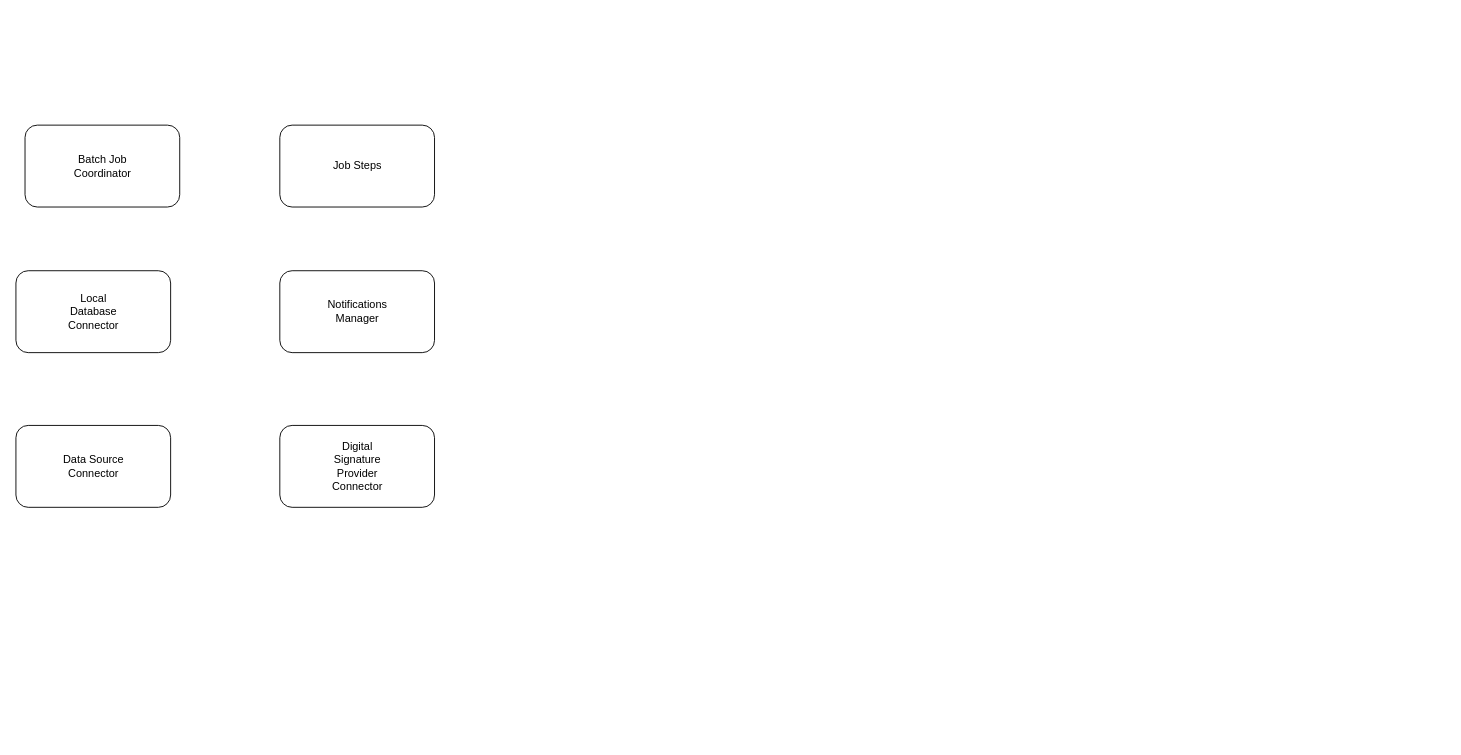
Earlier version of the draw.io diagram 迭代一架构.drawio (YuhangChan/Diagrams). Source tidied: cells renumbered, new cells numbered last; positions are measured from the earlier drawing's top-left corner, leaving out a move shared by most shapes. Both pictures are drawn from the tidied source at 91%, with x=0, y=0 at pixel (15, 125).
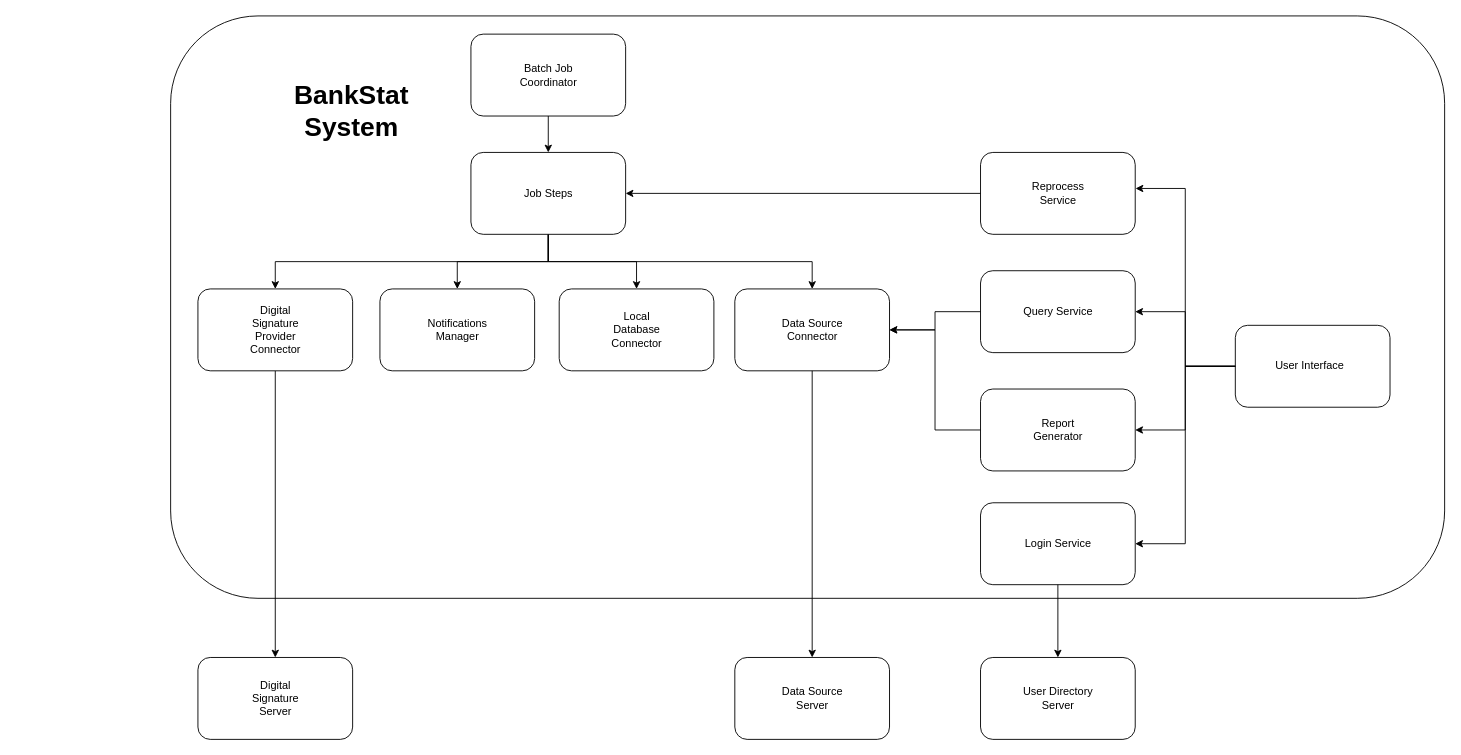
The same page after the edit.

Commit message:
更新迭代一架构.drawio

The change refers to these unchanged cells:
```xml
<mxCell id="6" style="rounded=1;whiteSpace=wrap;html=1;" parent="5" vertex="1">
  <mxGeometry width="170" height="90" as="geometry" />
</mxCell>
```

What changed in the source:
```diff
@@
-    <mxCell id="2" style="group;rotation=90;" parent="1" vertex="1">
-      <mxGeometry x="10" width="170" height="90" as="geometry" />
-    </mxCell>
+    <mxCell id="20" style="group;" parent="1" vertex="1">
+      <mxGeometry x="200" y="-100" width="1370" height="770" as="geometry" />
+    </mxCell>
+    <mxCell id="21" style="rounded=1;whiteSpace=wrap;html=1;" parent="20" vertex="1">
+      <mxGeometry x="-30" y="-20" width="1400" height="640" as="geometry" />
+    </mxCell>
+    <mxCell id="22" style="group;" parent="20" vertex="1">
+      <mxGeometry x="860" y="685" width="170" height="90" as="geometry" />
+    </mxCell>
+    <mxCell id="23" style="rounded=1;whiteSpace=wrap;html=1;" parent="22" vertex="1">
+      <mxGeometry width="170" height="90" as="geometry" />
+    </mxCell>
+    <mxCell id="24" value="User Directory Server" style="text;html=1;align=center;verticalAlign=middle;whiteSpace=wrap;rounded=0;" parent="22" vertex="1">
+      <mxGeometry x="42.5" y="22.5" width="85" height="45" as="geometry" />
+    </mxCell>
+    <mxCell id="25" style="group;" parent="20" vertex="1">
+      <mxGeometry y="685" width="170" height="90" as="geometry" />
+    </mxCell>
+    <mxCell id="26" style="rounded=1;whiteSpace=wrap;html=1;" parent="25" vertex="1">
+      <mxGeometry width="170" height="90" as="geometry" />
+    </mxCell>
+    <mxCell id="27" value="Digital Signature&lt;div&gt;Server&lt;/div&gt;" style="text;html=1;align=center;verticalAlign=middle;whiteSpace=wrap;rounded=0;" parent="25" vertex="1">
+      <mxGeometry x="42.5" y="22.5" width="85" height="45" as="geometry" />
+    </mxCell>
+    <mxCell id="28" style="edgeStyle=orthogonalEdgeStyle;rounded=0;jettySize=auto;html=1;exitX=0.5;exitY=1;exitDx=0;exitDy=0;" parent="20" edge="1" source="18" target="26">
+      <mxGeometry relative="1" as="geometry" />
+    </mxCell>
+    <mxCell id="29" style="group;" parent="20" vertex="1">
+      <mxGeometry x="590" y="685" width="170" height="90" as="geometry" />
+    </mxCell>
+    <mxCell id="30" style="rounded=1;whiteSpace=wrap;html=1;" parent="29" vertex="1">
+      <mxGeometry width="170" height="90" as="geometry" />
+    </mxCell>
+    <mxCell id="31" value="Data Source Server" style="text;html=1;align=center;verticalAlign=middle;whiteSpace=wrap;rounded=0;" parent="29" vertex="1">
+      <mxGeometry x="42.5" y="22.5" width="85" height="45" as="geometry" />
+    </mxCell>
+    <mxCell id="32" style="group;" parent="20" vertex="1">
+      <mxGeometry x="1140" y="320" width="170" height="90" as="geometry" />
+    </mxCell>
+    <mxCell id="33" style="rounded=1;whiteSpace=wrap;html=1;" parent="32" vertex="1">
+      <mxGeometry width="170" height="90" as="geometry" />
+    </mxCell>
+    <mxCell id="34" value="User Interface" style="text;html=1;align=center;verticalAlign=middle;whiteSpace=wrap;rounded=0;" parent="32" vertex="1">
+      <mxGeometry x="42.5" y="22.5" width="77.5" height="45" as="geometry" />
+    </mxCell>
+    <mxCell id="35" style="group;" parent="20" vertex="1">
+      <mxGeometry x="860" y="130" width="170" height="90" as="geometry" />
+    </mxCell>
+    <mxCell id="36" style="rounded=1;whiteSpace=wrap;html=1;" parent="35" vertex="1">
+      <mxGeometry width="170" height="90" as="geometry" />
+    </mxCell>
+    <mxCell id="37" value="Reprocess Service" style="text;html=1;align=center;verticalAlign=middle;whiteSpace=wrap;rounded=0;" parent="35" vertex="1">
+      <mxGeometry x="42.5" y="22.5" width="85" height="45" as="geometry" />
+    </mxCell>
+    <mxCell id="38" style="group;" parent="20" vertex="1">
+      <mxGeometry x="860" y="260" width="170" height="90" as="geometry" />
+    </mxCell>
+    <mxCell id="39" style="rounded=1;whiteSpace=wrap;html=1;" parent="38" vertex="1">
+      <mxGeometry width="170" height="90" as="geometry" />
+    </mxCell>
+    <mxCell id="40" value="Query Service" style="text;html=1;align=center;verticalAlign=middle;whiteSpace=wrap;rounded=0;" parent="38" vertex="1">
+      <mxGeometry x="42.5" y="22.5" width="85" height="45" as="geometry" />
+    </mxCell>
+    <mxCell id="41" style="group;" parent="20" vertex="1">
+      <mxGeometry x="860" y="515" width="170" height="90" as="geometry" />
+    </mxCell>
+    <mxCell id="42" style="rounded=1;whiteSpace=wrap;html=1;" parent="41" vertex="1">
+      <mxGeometry width="170" height="90" as="geometry" />
+    </mxCell>
+    <mxCell id="43" value="Login Service" style="text;html=1;align=center;verticalAlign=middle;whiteSpace=wrap;rounded=0;" parent="41" vertex="1">
+      <mxGeometry x="42.5" y="22.5" width="85" height="45" as="geometry" />
+    </mxCell>
+    <mxCell id="44" style="group;" parent="20" vertex="1">
+      <mxGeometry x="860" y="390" width="170" height="90" as="geometry" />
+    </mxCell>
+    <mxCell id="45" style="rounded=1;whiteSpace=wrap;html=1;" parent="44" vertex="1">
+      <mxGeometry width="170" height="90" as="geometry" />
+    </mxCell>
+    <mxCell id="46" value="Report Generator" style="text;html=1;align=center;verticalAlign=middle;whiteSpace=wrap;rounded=0;" parent="44" vertex="1">
+      <mxGeometry x="42.5" y="22.5" width="85" height="45" as="geometry" />
+    </mxCell>
+    <mxCell id="11" style="group;" parent="20" vertex="1">
+      <mxGeometry x="200" y="280" width="170" height="90" as="geometry" />
+    </mxCell>
+    <mxCell id="12" style="rounded=1;whiteSpace=wrap;html=1;" parent="11" vertex="1">
+      <mxGeometry width="170" height="90" as="geometry" />
+    </mxCell>
+    <mxCell id="13" value="Notifications Manager" style="text;html=1;align=center;verticalAlign=middle;whiteSpace=wrap;rounded=0;" parent="11" vertex="1">
+      <mxGeometry x="42.5" y="22.5" width="85" height="45" as="geometry" />
+    </mxCell>
+    <mxCell id="17" style="group;" parent="20" vertex="1">
+      <mxGeometry y="280" width="170" height="90" as="geometry" />
+    </mxCell>
+    <mxCell id="18" style="rounded=1;whiteSpace=wrap;html=1;" parent="17" vertex="1">
+      <mxGeometry width="170" height="90" as="geometry" />
+    </mxCell>
+    <mxCell id="19" value="Digital Signature Provider Connector" style="text;html=1;align=center;verticalAlign=middle;whiteSpace=wrap;rounded=0;" parent="17" vertex="1">
+      <mxGeometry x="42.5" y="22.5" width="85" height="45" as="geometry" />
+    </mxCell>
+    <mxCell id="47" style="edgeStyle=orthogonalEdgeStyle;rounded=0;jettySize=auto;html=1;exitX=0.5;exitY=1;exitDx=0;exitDy=0;entryX=0.5;entryY=0;entryDx=0;entryDy=0;" parent="20" edge="1" source="9" target="6">
+      <mxGeometry relative="1" as="geometry" />
+    </mxCell>
+    <mxCell id="48" style="edgeStyle=orthogonalEdgeStyle;rounded=0;jettySize=auto;html=1;exitX=0.5;exitY=1;exitDx=0;exitDy=0;" parent="20" edge="1" source="9" target="12">
+      <mxGeometry relative="1" as="geometry" />
+    </mxCell>
+    <mxCell id="49" style="edgeStyle=orthogonalEdgeStyle;rounded=0;jettySize=auto;html=1;exitX=0.5;exitY=1;exitDx=0;exitDy=0;" parent="20" edge="1" source="9" target="18">
+      <mxGeometry relative="1" as="geometry" />
+    </mxCell>
+    <mxCell id="50" style="group;" parent="20" vertex="1">
+      <mxGeometry x="590" y="280" width="170" height="90" as="geometry" />
+    </mxCell>
+    <mxCell id="51" style="rounded=1;whiteSpace=wrap;html=1;" parent="50" vertex="1">
+      <mxGeometry width="170" height="90" as="geometry" />
+    </mxCell>
+    <mxCell id="16" value="Data Source Connector" style="text;html=1;align=center;verticalAlign=middle;whiteSpace=wrap;rounded=0;" parent="50" vertex="1">
+      <mxGeometry x="42.5" y="22.5" width="85" height="45" as="geometry" />
+    </mxCell>
+    <mxCell id="52" style="edgeStyle=orthogonalEdgeStyle;rounded=0;jettySize=auto;html=1;exitX=0.5;exitY=1;exitDx=0;exitDy=0;entryX=0.5;entryY=0;entryDx=0;entryDy=0;" parent="20" edge="1" source="9" target="51">
+      <mxGeometry relative="1" as="geometry" />
+    </mxCell>
-    <mxCell id="3" style="rounded=1;whiteSpace=wrap;html=1;" parent="2" vertex="1">
-      <mxGeometry width="170" height="90" as="geometry" />
+    <mxCell id="3" style="rounded=1;whiteSpace=wrap;html=1;" parent="20" vertex="1">
+      <mxGeometry x="300" width="170" height="90" as="geometry" />
     </mxCell>
-    <mxCell id="4" value="Batch Job Coordinator" style="text;html=1;align=center;verticalAlign=middle;whiteSpace=wrap;rounded=0;" parent="2" vertex="1">
-      <mxGeometry x="42.5" y="22.5" width="85" height="45" as="geometry" />
+    <mxCell id="4" value="Batch Job Coordinator" style="text;html=1;align=center;verticalAlign=middle;whiteSpace=wrap;rounded=0;" parent="20" vertex="1">
+      <mxGeometry x="342.5" y="22.5" width="85" height="45" as="geometry" />
     </mxCell>
+    <mxCell id="8" style="group;" parent="20" vertex="1">
+      <mxGeometry x="300" y="130" width="170" height="90" as="geometry" />
+    </mxCell>
+    <mxCell id="9" style="rounded=1;whiteSpace=wrap;html=1;" parent="8" vertex="1">
+      <mxGeometry width="170" height="90" as="geometry" />
+    </mxCell>
+    <mxCell id="10" value="Job Steps" style="text;html=1;align=center;verticalAlign=middle;whiteSpace=wrap;rounded=0;" parent="8" vertex="1">
+      <mxGeometry x="42.5" y="22.5" width="85" height="45" as="geometry" />
+    </mxCell>
+    <mxCell id="53" style="edgeStyle=orthogonalEdgeStyle;rounded=0;jettySize=auto;html=1;exitX=0.5;exitY=1;exitDx=0;exitDy=0;entryX=0.5;entryY=0;entryDx=0;entryDy=0;" parent="20" edge="1" source="3" target="9">
+      <mxGeometry relative="1" as="geometry" />
+    </mxCell>
+    <mxCell id="54" style="edgeStyle=orthogonalEdgeStyle;rounded=0;jettySize=auto;html=1;exitX=0;exitY=0.5;exitDx=0;exitDy=0;entryX=1.002;entryY=0.44;entryDx=0;entryDy=0;entryPerimeter=0;" parent="20" edge="1" source="33" target="36">
+      <mxGeometry relative="1" as="geometry" />
+    </mxCell>
+    <mxCell id="55" style="edgeStyle=orthogonalEdgeStyle;rounded=0;jettySize=auto;html=1;exitX=0;exitY=0.5;exitDx=0;exitDy=0;entryX=1;entryY=0.5;entryDx=0;entryDy=0;" parent="20" edge="1" source="33" target="39">
+      <mxGeometry relative="1" as="geometry" />
+    </mxCell>
+    <mxCell id="56" style="edgeStyle=orthogonalEdgeStyle;rounded=0;jettySize=auto;html=1;exitX=0;exitY=0.5;exitDx=0;exitDy=0;entryX=1;entryY=0.5;entryDx=0;entryDy=0;" parent="20" edge="1" source="33" target="42">
+      <mxGeometry relative="1" as="geometry" />
+    </mxCell>
+    <mxCell id="57" style="edgeStyle=orthogonalEdgeStyle;rounded=0;jettySize=auto;html=1;exitX=0;exitY=0.5;exitDx=0;exitDy=0;entryX=1;entryY=0.5;entryDx=0;entryDy=0;" parent="20" edge="1" source="33" target="45">
+      <mxGeometry relative="1" as="geometry" />
+    </mxCell>
+    <mxCell id="58" style="edgeStyle=orthogonalEdgeStyle;rounded=0;jettySize=auto;html=1;exitX=0;exitY=0.5;exitDx=0;exitDy=0;entryX=1;entryY=0.5;entryDx=0;entryDy=0;" parent="20" edge="1" source="36" target="9">
+      <mxGeometry relative="1" as="geometry" />
+    </mxCell>
-    <mxCell id="5" style="group;" parent="1" vertex="1">
-      <mxGeometry y="160" width="170" height="90" as="geometry" />
+    <mxCell id="5" style="group;" parent="20" vertex="1">
+      <mxGeometry x="397" y="280" width="170" height="90" as="geometry" />
     </mxCell>
@@
-    <mxCell id="8" style="group;" parent="1" vertex="1">
-      <mxGeometry x="290" width="170" height="90" as="geometry" />
-    </mxCell>
-    <mxCell id="9" style="rounded=1;whiteSpace=wrap;html=1;" parent="8" vertex="1">
-      <mxGeometry width="170" height="90" as="geometry" />
-    </mxCell>
-    <mxCell id="10" value="Job Steps" style="text;html=1;align=center;verticalAlign=middle;whiteSpace=wrap;rounded=0;" parent="8" vertex="1">
-      <mxGeometry x="42.5" y="22.5" width="85" height="45" as="geometry" />
-    </mxCell>
-    <mxCell id="11" style="group;" parent="1" vertex="1">
-      <mxGeometry x="290" y="160" width="170" height="90" as="geometry" />
-    </mxCell>
-    <mxCell id="12" style="rounded=1;whiteSpace=wrap;html=1;" parent="11" vertex="1">
-      <mxGeometry width="170" height="90" as="geometry" />
-    </mxCell>
-    <mxCell id="13" value="Notifications Manager" style="text;html=1;align=center;verticalAlign=middle;whiteSpace=wrap;rounded=0;" parent="11" vertex="1">
-      <mxGeometry x="42.5" y="22.5" width="85" height="45" as="geometry" />
-    </mxCell>
-    <mxCell id="14" style="group;" parent="1" vertex="1">
-      <mxGeometry y="330" width="170" height="90" as="geometry" />
-    </mxCell>
-    <mxCell id="15" style="rounded=1;whiteSpace=wrap;html=1;" parent="14" vertex="1">
-      <mxGeometry width="170" height="90" as="geometry" />
-    </mxCell>
-    <mxCell id="16" value="Data Source Connector" style="text;html=1;align=center;verticalAlign=middle;whiteSpace=wrap;rounded=0;" parent="14" vertex="1">
-      <mxGeometry x="42.5" y="22.5" width="85" height="45" as="geometry" />
-    </mxCell>
-    <mxCell id="17" style="group;" parent="1" vertex="1">
-      <mxGeometry x="290" y="330" width="170" height="90" as="geometry" />
-    </mxCell>
-    <mxCell id="18" style="rounded=1;whiteSpace=wrap;html=1;" parent="17" vertex="1">
-      <mxGeometry width="170" height="90" as="geometry" />
-    </mxCell>
-    <mxCell id="19" value="Digital Signature Provider Connector" style="text;html=1;align=center;verticalAlign=middle;whiteSpace=wrap;rounded=0;" parent="17" vertex="1">
-      <mxGeometry x="42.5" y="22.5" width="85" height="45" as="geometry" />
-    </mxCell>
+    <mxCell id="59" style="edgeStyle=orthogonalEdgeStyle;rounded=0;jettySize=auto;html=1;exitX=0;exitY=0.5;exitDx=0;exitDy=0;entryX=1;entryY=0.5;entryDx=0;entryDy=0;" parent="20" edge="1" source="39" target="51">
+      <mxGeometry relative="1" as="geometry" />
+    </mxCell>
+    <mxCell id="60" style="edgeStyle=orthogonalEdgeStyle;rounded=0;jettySize=auto;html=1;exitX=0;exitY=0.5;exitDx=0;exitDy=0;entryX=1;entryY=0.5;entryDx=0;entryDy=0;" parent="20" edge="1" source="45" target="51">
+      <mxGeometry relative="1" as="geometry" />
+    </mxCell>
+    <mxCell id="61" style="edgeStyle=orthogonalEdgeStyle;rounded=0;jettySize=auto;html=1;exitX=0.5;exitY=1;exitDx=0;exitDy=0;entryX=0.5;entryY=0;entryDx=0;entryDy=0;" parent="20" edge="1" source="51" target="30">
+      <mxGeometry relative="1" as="geometry" />
+    </mxCell>
+    <mxCell id="62" style="edgeStyle=orthogonalEdgeStyle;rounded=0;jettySize=auto;html=1;exitX=0.5;exitY=1;exitDx=0;exitDy=0;entryX=0.5;entryY=0;entryDx=0;entryDy=0;" parent="20" edge="1" source="42" target="23">
+      <mxGeometry relative="1" as="geometry" />
+    </mxCell>
+    <mxCell id="63" value="&lt;b&gt;&lt;font style=&quot;font-size: 29px;&quot;&gt;BankStat System&lt;/font&gt;&lt;/b&gt;" style="text;html=1;align=center;verticalAlign=middle;whiteSpace=wrap;rounded=0;" parent="20" vertex="1">
+      <mxGeometry x="68" y="38" width="202" height="92" as="geometry" />
+    </mxCell>
```
